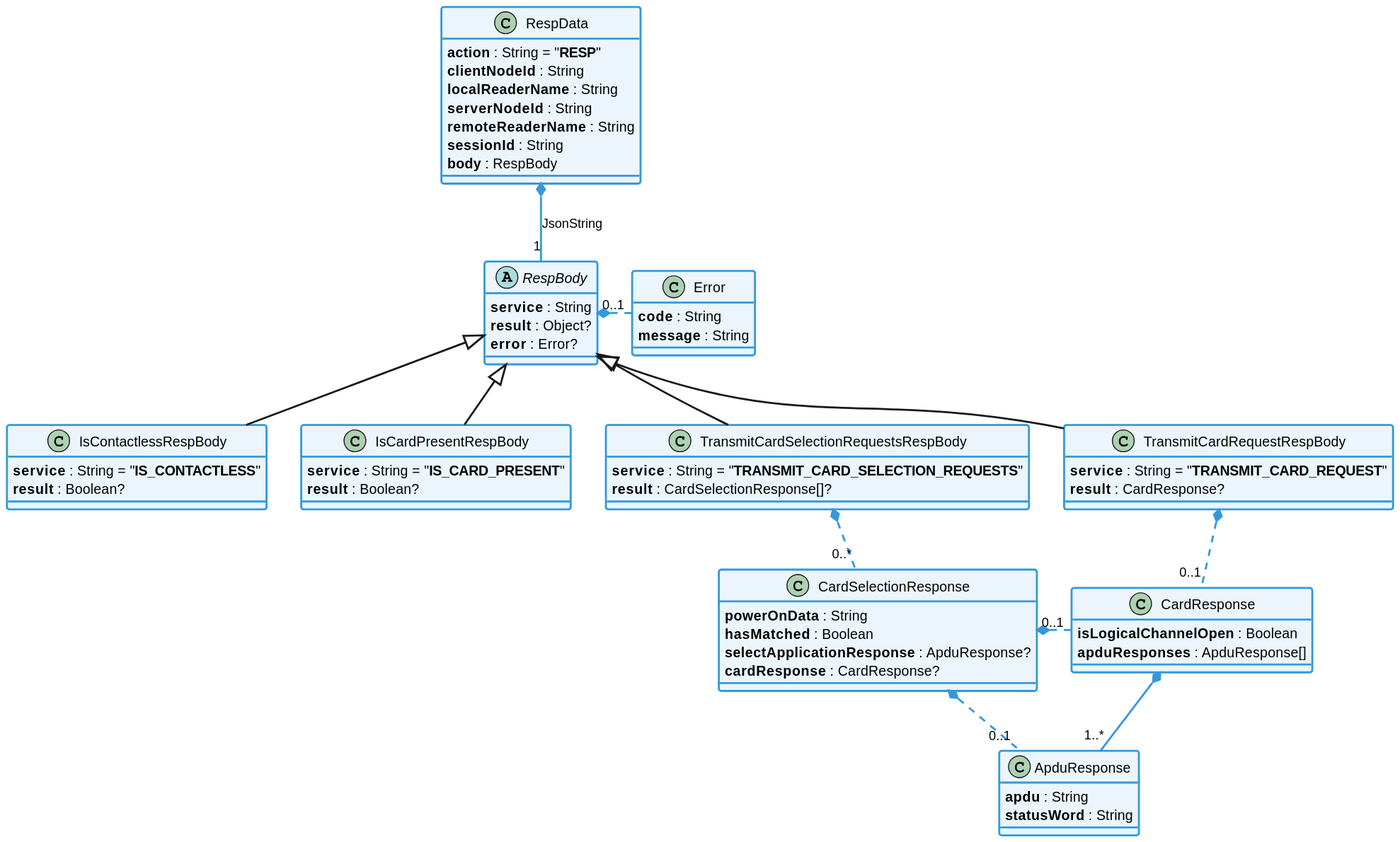
Earlier version of the PlantUML export static/media/learn/user-guide/distributed-json-api/distributedJsonApi_classDiagram_resp.svg (eclipse-keyple/keyple-website).
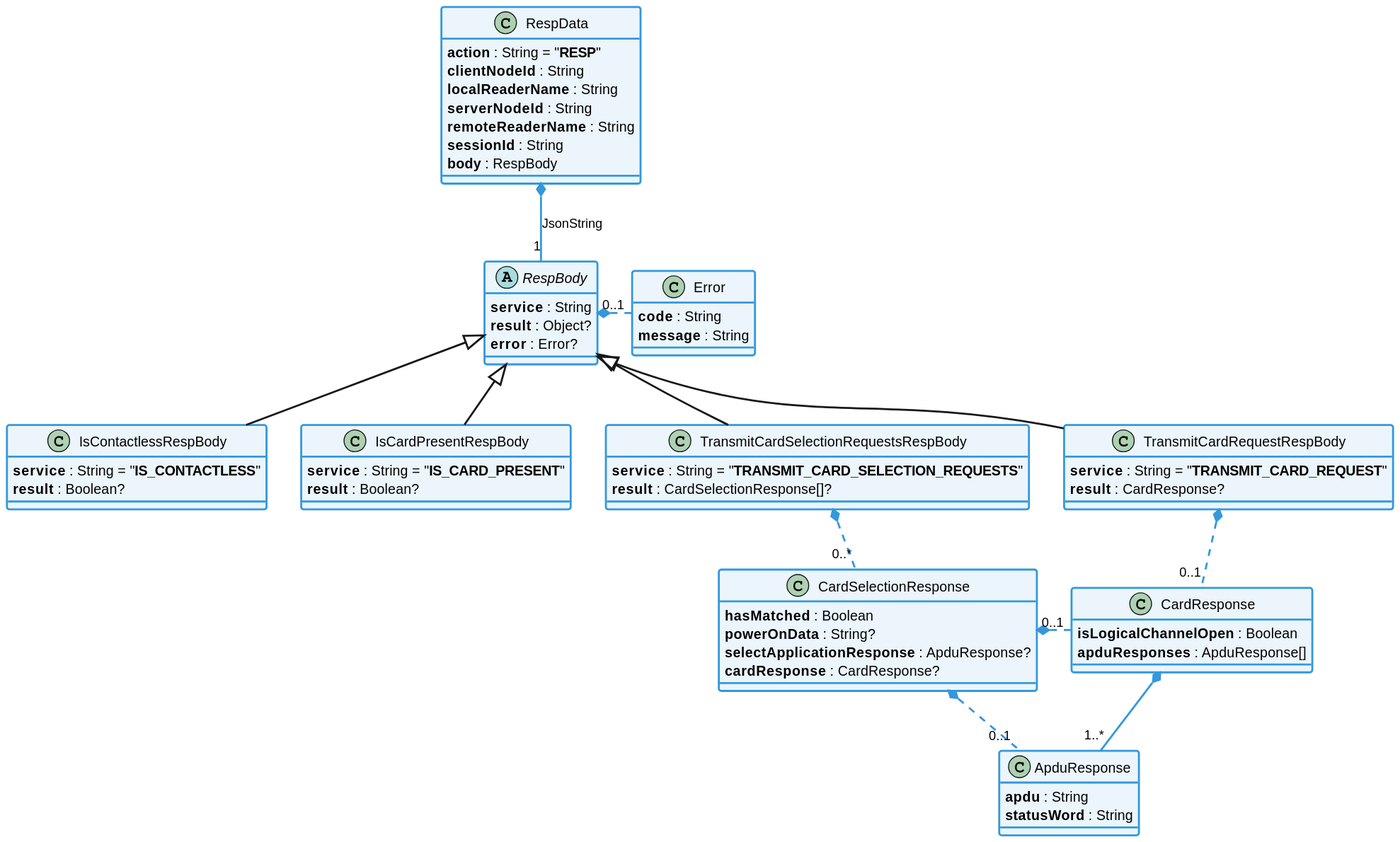
The same diagram one commit later.

What changed in the source:
```diff
@@ -72,8 +72,8 @@
      **result** : CardSelectionResponse[]?
 }
 class CardSelectionResponse {
-    **powerOnData** : String
     **hasMatched** : Boolean
+    **powerOnData** : String?
     **selectApplicationResponse** : ApduResponse?
     **cardResponse** : CardResponse?
 }
```
